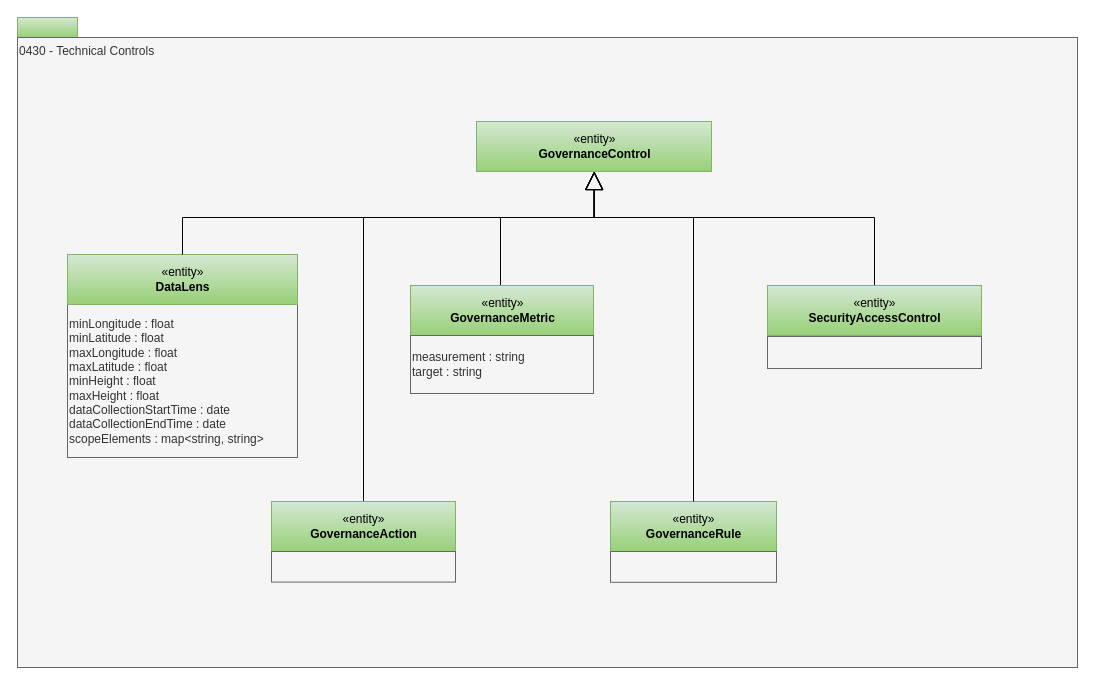
Earlier version of the draw.io diagram page "0430-Development-Controls" (11 of 30) of site/docs/types/4/area-4-governance.drawio (odpi/egeria-docs). Source tidied: cells renumbered, new cells numbered last; positions are measured from the earlier drawing's top-left corner, leaving out a move shared by most shapes. Both pictures are drawn from the tidied source at 100%, with x=0, y=0 at pixel (17, 17).
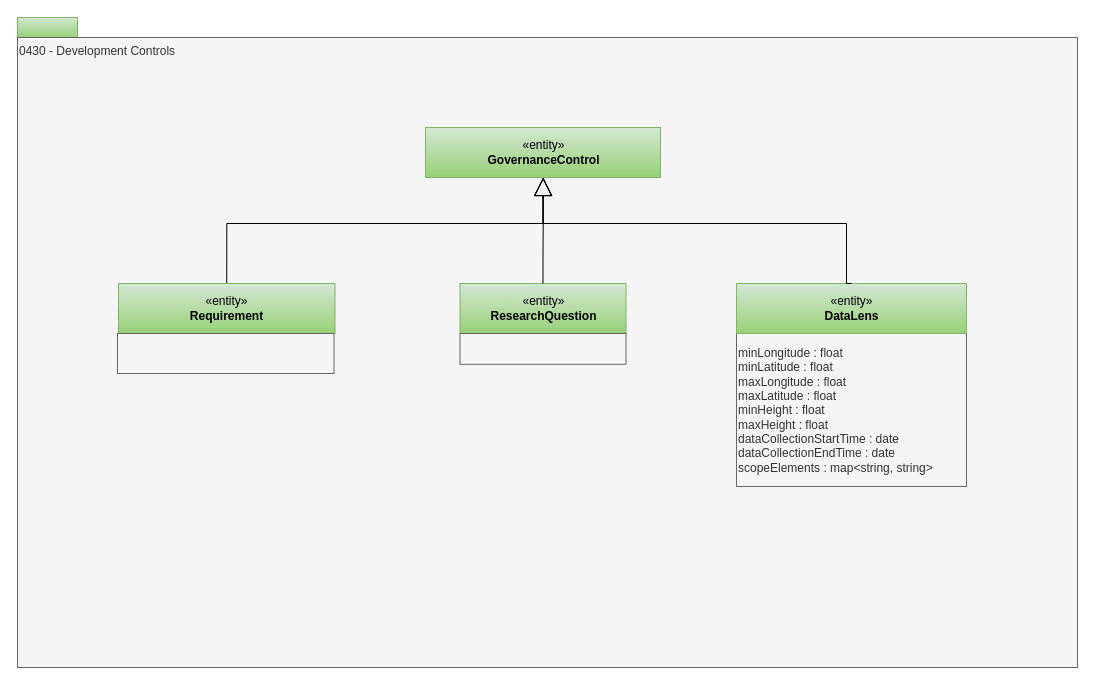
Above is the later version.

What changed in the source:
```diff
@@
-    <mxCell id="3" value="0430 - Technical Controls" style="rounded=0;whiteSpace=wrap;html=1;align=left;verticalAlign=top;fillColor=#f5f5f5;fontColor=#333333;strokeColor=#666666;" parent="1" vertex="1">
+    <mxCell id="3" value="0430 - Development Controls" style="rounded=0;whiteSpace=wrap;html=1;align=left;verticalAlign=top;fillColor=#f5f5f5;fontColor=#333333;strokeColor=#666666;" parent="1" vertex="1">
       <mxGeometry y="20" width="1060" height="630" as="geometry" />
     </mxCell>
     <mxCell id="4" value="«entity»&lt;br&gt;&lt;b&gt;GovernanceControl&lt;/b&gt;" style="html=1;strokeColor=#82b366;align=center;fillColor=#d5e8d4;gradientColor=#97d077;" parent="1" vertex="1">
-      <mxGeometry x="459" y="104" width="235" height="50" as="geometry" />
+      <mxGeometry x="408" y="110" width="235" height="50" as="geometry" />
     </mxCell>
     <mxCell id="5" style="edgeStyle=orthogonalEdgeStyle;rounded=0;jettySize=auto;html=1;exitX=0.5;exitY=0;exitDx=0;exitDy=0;entryX=0.5;entryY=1;entryDx=0;entryDy=0;endArrow=block;endFill=0;endSize=16;strokeWidth=1;" parent="1" edge="1" source="6" target="4">
       <mxGeometry relative="1" as="geometry">
         <Array as="points">
-          <mxPoint x="483" y="268" />
-          <mxPoint x="483" y="200" />
-          <mxPoint x="577" y="200" />
+          <mxPoint x="209" y="206" />
+          <mxPoint x="526" y="206" />
         </Array>
       </mxGeometry>
     </mxCell>
-    <mxCell id="6" value="«entity»&lt;br&gt;&lt;b&gt;GovernanceMetric&lt;/b&gt;" style="html=1;strokeColor=#82b366;align=center;fillColor=#d5e8d4;gradientColor=#97d077;" parent="1" vertex="1">
-      <mxGeometry x="393" y="268" width="183" height="50" as="geometry" />
+    <mxCell id="6" value="«entity»&lt;br&gt;&lt;b&gt;Requirement&lt;/b&gt;" style="html=1;strokeColor=#82b366;align=center;fillColor=#d5e8d4;gradientColor=#97d077;" parent="1" vertex="1">
+      <mxGeometry x="101" y="266" width="216.5" height="50" as="geometry" />
     </mxCell>
-    <mxCell id="7" style="edgeStyle=orthogonalEdgeStyle;rounded=0;jettySize=auto;html=1;exitX=0.5;exitY=0;exitDx=0;exitDy=0;endArrow=block;endFill=0;endSize=16;strokeWidth=1;" parent="1" edge="1" source="8" target="4">
-      <mxGeometry relative="1" as="geometry">
-        <Array as="points">
-          <mxPoint x="346" y="200" />
-          <mxPoint x="577" y="200" />
-        </Array>
-      </mxGeometry>
-    </mxCell>
-    <mxCell id="8" value="«entity»&lt;br&gt;&lt;b&gt;GovernanceAction&lt;/b&gt;" style="html=1;strokeColor=#82b366;align=center;fillColor=#d5e8d4;gradientColor=#97d077;" parent="1" vertex="1">
-      <mxGeometry x="254" y="484" width="184" height="50" as="geometry" />
-    </mxCell>
-    <mxCell id="9" style="rounded=0;whiteSpace=wrap;html=1;strokeColor=#666666;align=left;fillColor=#f5f5f5;fontColor=#333333;" parent="1" vertex="1">
-      <mxGeometry x="254" y="534" width="184" height="30.6" as="geometry" />
-    </mxCell>
-    <mxCell id="10" value="«entity»&lt;br&gt;&lt;b&gt;GovernanceRule&lt;/b&gt;" style="html=1;strokeColor=#82b366;align=center;fillColor=#d5e8d4;gradientColor=#97d077;" parent="1" vertex="1">
-      <mxGeometry x="593" y="484" width="166" height="50" as="geometry" />
+    <mxCell id="10" value="«entity»&lt;br&gt;&lt;b&gt;ResearchQuestion&lt;/b&gt;" style="html=1;strokeColor=#82b366;align=center;fillColor=#d5e8d4;gradientColor=#97d077;" parent="1" vertex="1">
+      <mxGeometry x="442.5" y="266" width="166" height="50" as="geometry" />
     </mxCell>
     <mxCell id="11" style="rounded=0;whiteSpace=wrap;html=1;strokeColor=#666666;align=left;fillColor=#f5f5f5;fontColor=#333333;" parent="1" vertex="1">
-      <mxGeometry x="593" y="534" width="166" height="30.8" as="geometry" />
+      <mxGeometry x="442.5" y="316" width="166" height="30.8" as="geometry" />
     </mxCell>
-    <mxCell id="12" value="&lt;span&gt;measurement : string&lt;/span&gt;&lt;br&gt;&lt;span&gt;target : string&lt;/span&gt;&lt;span&gt;&lt;br&gt;&lt;/span&gt;" style="rounded=0;whiteSpace=wrap;html=1;strokeColor=#666666;align=left;fillColor=#f5f5f5;fontColor=#333333;" parent="1" vertex="1">
-      <mxGeometry x="393" y="318" width="183" height="58" as="geometry" />
+    <mxCell id="12" value="&lt;span&gt;&lt;br&gt;&lt;/span&gt;" style="rounded=0;whiteSpace=wrap;html=1;strokeColor=#666666;align=left;fillColor=#f5f5f5;fontColor=#333333;" parent="1" vertex="1">
+      <mxGeometry x="100" y="316" width="216.5" height="40" as="geometry" />
     </mxCell>
-    <mxCell id="13" style="edgeStyle=orthogonalEdgeStyle;rounded=0;jettySize=auto;html=1;endArrow=block;endFill=0;endSize=16;exitX=0.5;exitY=0;exitDx=0;exitDy=0;entryX=0.5;entryY=1;entryDx=0;entryDy=0;" parent="1" edge="1" source="15" target="4">
-      <mxGeometry relative="1" as="geometry">
-        <Array as="points">
-          <mxPoint x="857" y="200" />
-          <mxPoint x="577" y="200" />
-        </Array>
-      </mxGeometry>
-    </mxCell>
-    <mxCell id="14" style="rounded=0;whiteSpace=wrap;html=1;strokeColor=#666666;align=left;fillColor=#f5f5f5;fontColor=#333333;" parent="1" vertex="1">
-      <mxGeometry x="750" y="319" width="214" height="32" as="geometry" />
-    </mxCell>
-    <mxCell id="15" value="«entity»&lt;br&gt;&lt;b&gt;SecurityAccessControl&lt;/b&gt;" style="html=1;strokeColor=#82b366;align=center;fillColor=#d5e8d4;gradientColor=#97d077;" parent="1" vertex="1">
-      <mxGeometry x="750" y="268" width="214" height="50" as="geometry" />
-    </mxCell>
     <mxCell id="16" style="edgeStyle=orthogonalEdgeStyle;rounded=0;jettySize=auto;html=1;exitX=0.5;exitY=0;exitDx=0;exitDy=0;endArrow=block;endFill=0;endSize=16;strokeWidth=1;" parent="1" edge="1" source="10">
       <mxGeometry relative="1" as="geometry">
-        <mxPoint x="577" y="154" as="targetPoint" />
+        <mxPoint x="526" y="160" as="targetPoint" />
         <Array as="points">
-          <mxPoint x="676" y="200" />
-          <mxPoint x="577" y="200" />
+          <mxPoint x="526" y="236" />
+          <mxPoint x="526" y="236" />
         </Array>
       </mxGeometry>
     </mxCell>
     <mxCell id="17" value="minLongitude : float&lt;br&gt;minLatitude : float&lt;br style=&quot;border-color: var(--border-color);&quot;&gt;maxLongitude : float&lt;br style=&quot;border-color: var(--border-color);&quot;&gt;maxLatitude : float&lt;br&gt;minHeight : float&lt;br&gt;maxHeight : float&lt;br&gt;dataCollectionStartTime : date&lt;br&gt;dataCollectionEndTime : date&lt;div&gt;scopeElements : map&amp;lt;string, string&amp;gt;&lt;/div&gt;" style="rounded=0;whiteSpace=wrap;html=1;strokeColor=#666666;align=left;fillColor=#f5f5f5;fontColor=#333333;" parent="1" vertex="1">
-      <mxGeometry x="50" y="287" width="230" height="153" as="geometry" />
+      <mxGeometry x="719" y="316" width="230" height="153" as="geometry" />
     </mxCell>
     <mxCell id="18" value="«entity»&lt;br&gt;&lt;b&gt;DataLens&lt;/b&gt;" style="html=1;strokeColor=#82b366;align=center;fillColor=#d5e8d4;gradientColor=#97d077;" parent="1" vertex="1">
-      <mxGeometry x="50" y="237" width="230" height="50" as="geometry" />
+      <mxGeometry x="719" y="266" width="230" height="50" as="geometry" />
     </mxCell>
     <mxCell id="19" style="edgeStyle=orthogonalEdgeStyle;rounded=0;jettySize=auto;html=1;exitX=0.5;exitY=0;exitDx=0;exitDy=0;endArrow=block;endFill=0;endSize=16;strokeWidth=1;entryX=0.5;entryY=1;entryDx=0;entryDy=0;" parent="1" edge="1" source="18" target="4">
       <mxGeometry relative="1" as="geometry">
         <Array as="points">
-          <mxPoint x="165" y="200" />
-          <mxPoint x="577" y="200" />
+          <mxPoint x="829" y="266" />
+          <mxPoint x="829" y="206" />
+          <mxPoint x="526" y="206" />
         </Array>
       </mxGeometry>
     </mxCell>
```
